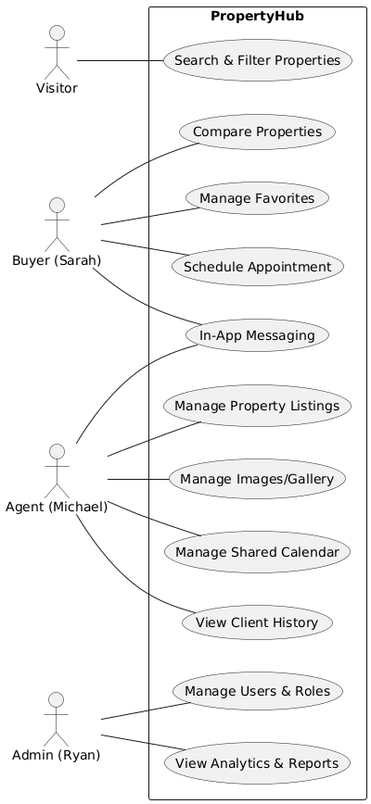
Above: Report/images/globalUseCase.png in AZIZ-Soufiane/PropertyHub-PFE (PlantUML), before the change.
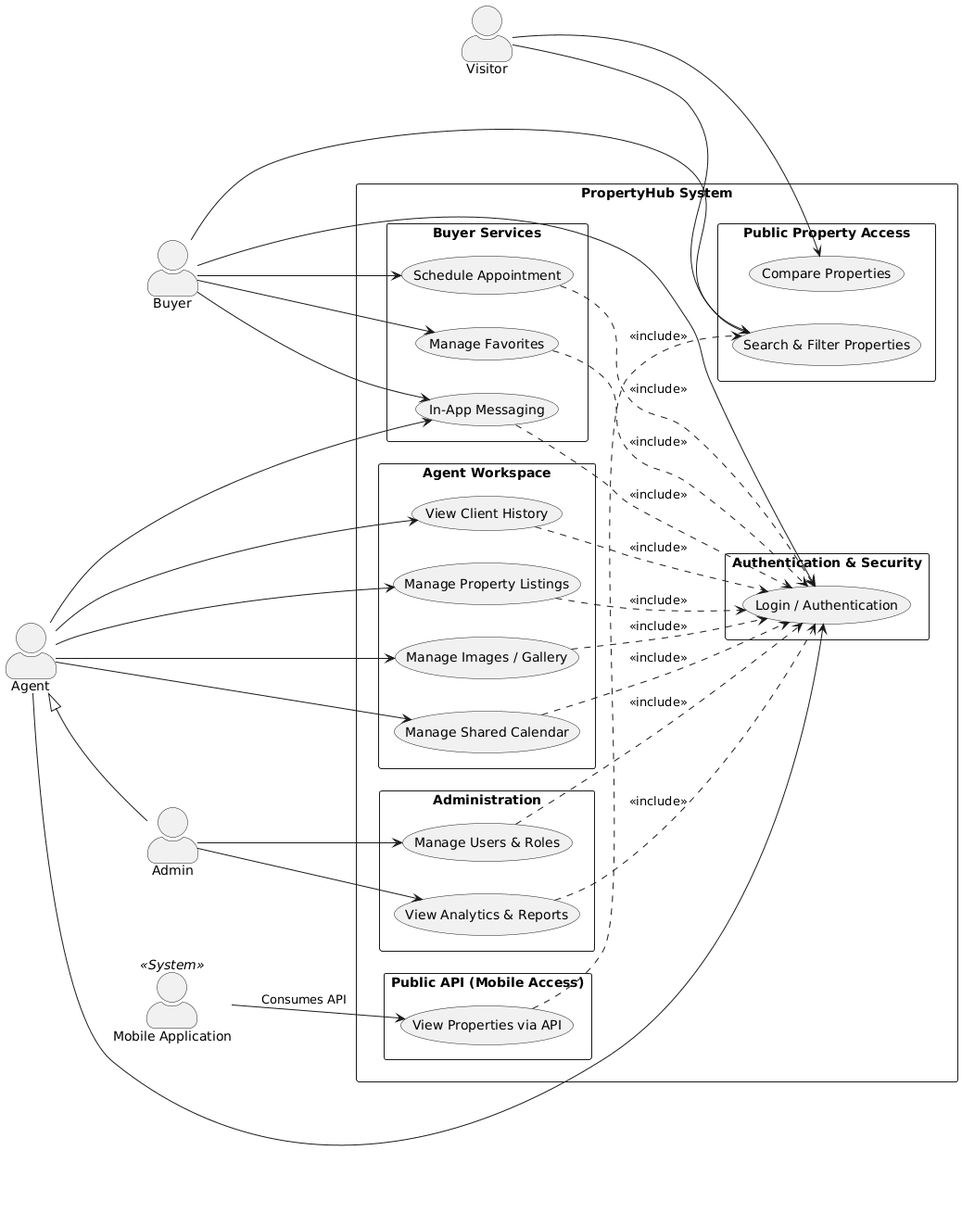
Later version of the same file.

The edit, as a diff of the source:
```diff
@@ -2,40 +2,81 @@
 left to right direction
 skinparam packageStyle rectangle
 skinparam shadowing false
+skinparam actorStyle awesome
 
-actor "Visitor" as Vis
-actor "Buyer (Sarah)" as Client
-actor "Agent (Michael)" as Agent
-actor "Admin (Ryan)" as Admin
+actor "Visitor" as Visitor
+actor "Buyer" as Buyer
+actor "Agent" as Agent
+actor "Admin" as Admin
+actor "Mobile Application" as MobileApp <<System>>
 
-rectangle PropertyHub {
-    (Search & Filter Properties) as UC1
-    (Compare Properties) as UC2
-    (Manage Favorites) as UC3
-    (Schedule Appointment) as UC4
-    (In-App Messaging) as UC5
+Agent <|-- Admin
 
-    (Manage Property Listings) as UC6
-    (Manage Images/Gallery) as UC7
-    (Manage Shared Calendar) as UC8
-    (View Client History) as UC9
+rectangle "PropertyHub System" {
 
-    (Manage Users & Roles) as UC10
-    (View Analytics & Reports) as UC11
+  package "Authentication & Security" {
+      (Login / Authentication) as Login
+  }
+
+  package "Public Property Access" {
+      (Search & Filter Properties) as Search
+      (Compare Properties) as Compare
+  }
+
+  package "Buyer Services" {
+      (Manage Favorites) as Favorites
+      (Schedule Appointment) as Appointment
+      (In-App Messaging) as Messaging
+  }
+
+  package "Agent Workspace" {
+      (Manage Property Listings) as Listings
+      (Manage Images / Gallery) as Gallery
+      (Manage Shared Calendar) as Calendar
+      (View Client History) as ClientHistory
+  }
+
+  package "Administration" {
+      (Manage Users & Roles) as Users
+      (View Analytics & Reports) as Analytics
+  }
+
+  package "Public API (Mobile Access)" {
+      (View Properties via API) as APIView
+  }
 }
 
-Vis -- UC1
-Client -- UC2
-Client -- UC3
-Client -- UC4
-Client -- UC5
 
-Agent -- UC6
-Agent -- UC7
-Agent -- UC8
-Agent -- UC9
-Agent -- UC5
+Visitor --> Search
+Visitor --> Compare
 
-Admin -- UC10
-Admin -- UC11
+Buyer --> Login
+Buyer --> Search
+Buyer --> Favorites
+Buyer --> Appointment
+Buyer --> Messaging
+
+Agent --> Login
+Agent --> Messaging
+Agent --> Listings
+Agent --> Gallery
+Agent --> Calendar
+Agent --> ClientHistory
+
+Admin --> Users
+Admin --> Analytics
+
+MobileApp --> APIView : Consumes API
+
+Favorites ..> Login : <<include>>
+Appointment ..> Login : <<include>>
+Messaging ..> Login : <<include>>
+Listings ..> Login : <<include>>
+Gallery ..> Login : <<include>>
+Calendar ..> Login : <<include>>
+ClientHistory ..> Login : <<include>>
+Users ..> Login : <<include>>
+Analytics ..> Login : <<include>>
+
+APIView ..> Search : <<include>>
 @enduml
```
